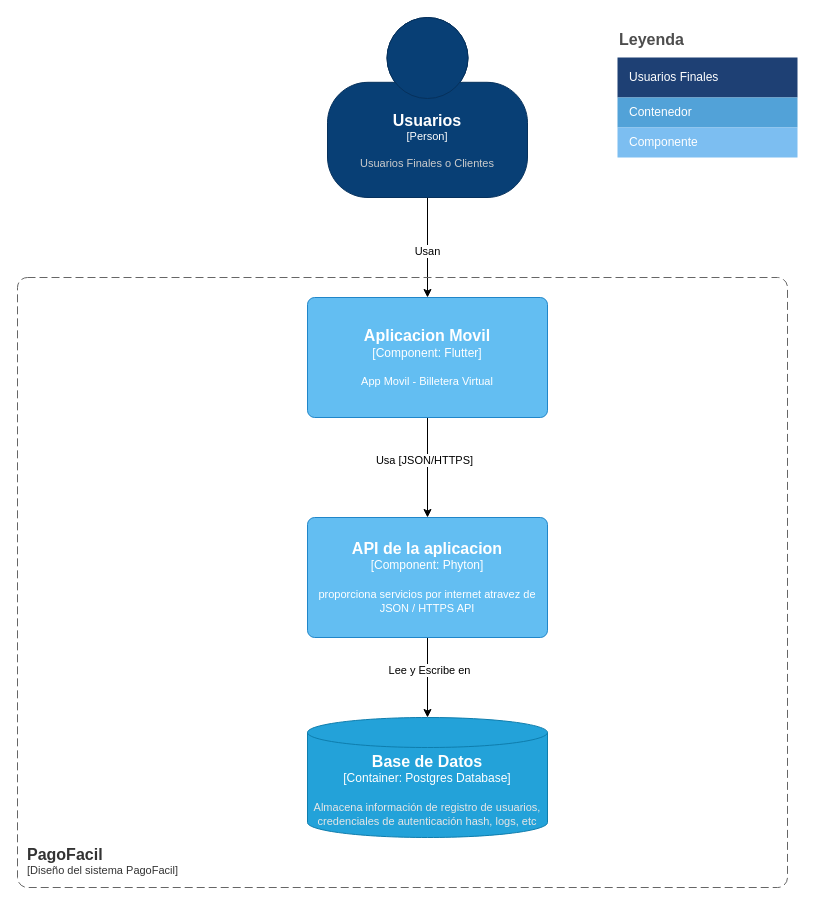
This is docs/arquitecture_diagram.drawio from enu-44/FlutterWalletNFC, a draw.io file, before an edit. Source tidied: cells renumbered, new cells numbered last; positions are measured from the earlier drawing's top-left corner, leaving out a move shared by most shapes. Both pictures are drawn from the tidied source at 100%, with x=0, y=0 at pixel (17, 17).
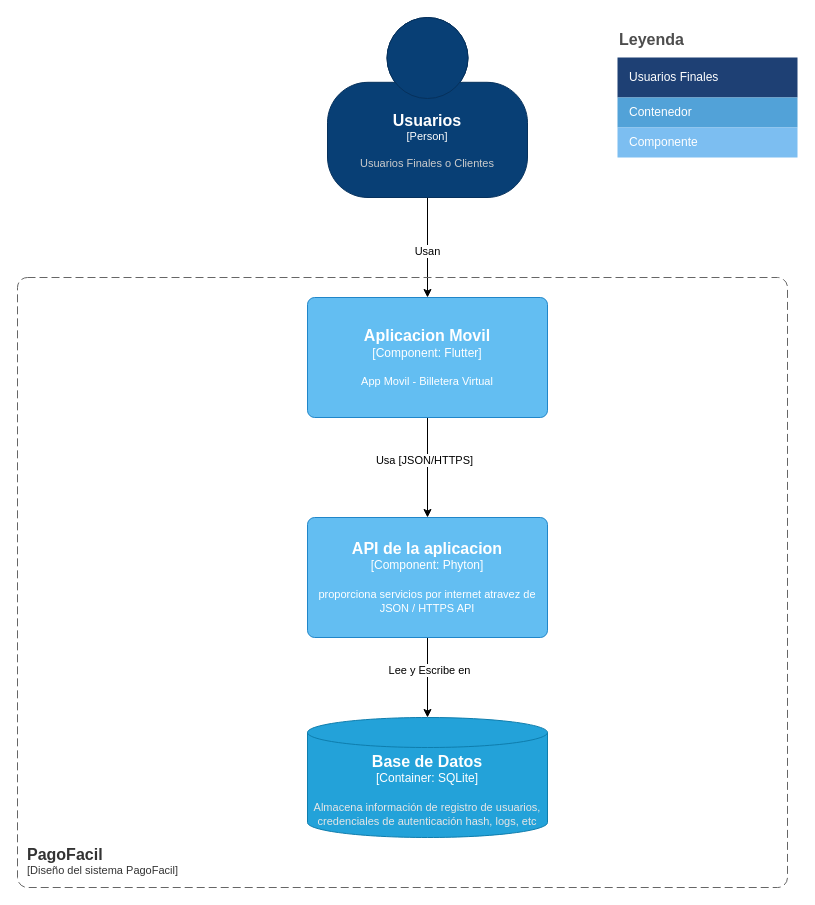
The same diagram, later.

What changed in the source:
```diff
@@
-    <object id="12" label="&lt;font style=&quot;font-size: 16px&quot;&gt;&lt;b&gt;%c4Type%&lt;/b&gt;&lt;/font&gt;&lt;div&gt;[%c4Container%:&amp;nbsp;%c4Technology%]&lt;/div&gt;&lt;br&gt;&lt;div&gt;&lt;font style=&quot;font-size: 11px&quot;&gt;&lt;font color=&quot;#E6E6E6&quot;&gt;%c4Description%&lt;/font&gt;&lt;/div&gt;" c4Container="Container" c4Description="Almacena información de registro de usuarios, credenciales de autenticación hash,  logs, etc" c4Technology="Postgres Database" c4Type="Base de Datos" placeholders="1">
+    <object id="12" label="&lt;font style=&quot;font-size: 16px&quot;&gt;&lt;b&gt;%c4Type%&lt;/b&gt;&lt;/font&gt;&lt;div&gt;[%c4Container%:&amp;nbsp;%c4Technology%]&lt;/div&gt;&lt;br&gt;&lt;div&gt;&lt;font style=&quot;font-size: 11px&quot;&gt;&lt;font color=&quot;#E6E6E6&quot;&gt;%c4Description%&lt;/font&gt;&lt;/div&gt;" c4Container="Container" c4Description="Almacena información de registro de usuarios, credenciales de autenticación hash,  logs, etc" c4Technology="SQLite" c4Type="Base de Datos" placeholders="1">
       <mxCell style="shape=cylinder3;size=15;whiteSpace=wrap;html=1;boundedLbl=1;rounded=0;labelBackgroundColor=none;fillColor=#23A2D9;fontSize=12;fontColor=#ffffff;align=center;strokeColor=#0E7DAD;points=[[0.5,0,0],[1,0.25,0],[1,0.5,0],[1,0.75,0],[0.5,1,0],[0,0.75,0],[0,0.5,0],[0,0.25,0]];" parent="1" vertex="1">
         <mxGeometry x="290" y="700" width="240" height="120" as="geometry" />
       </mxCell>
     </object>
```
